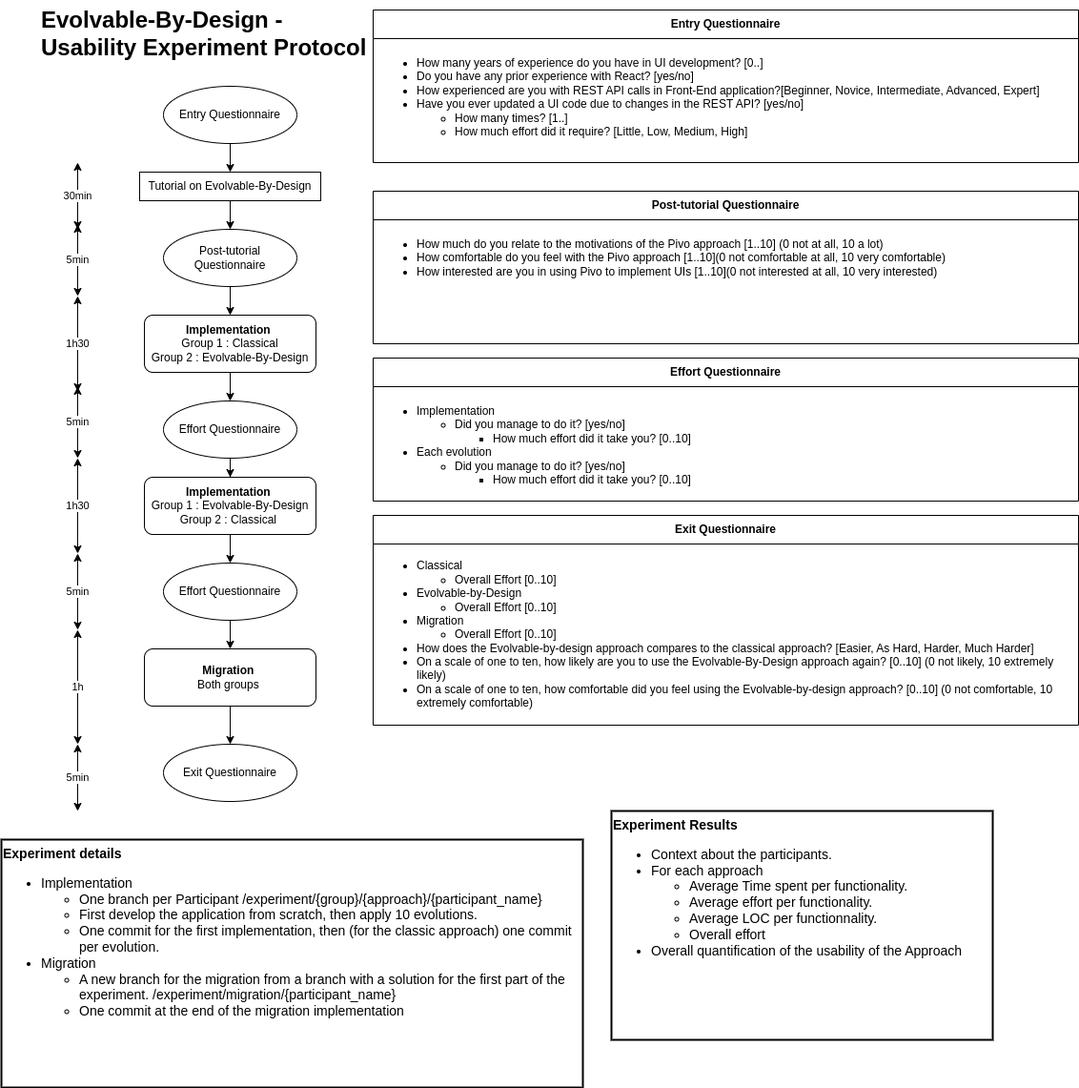
The draw.io diagram experiments/crossover-developers-study/protocol_experiment.drawio.png in CharlyReux/evolvable-by-design-research, before a commit. Source tidied: cells renumbered, new cells last; positions are measured from the earlier drawing's top-left corner, leaving out a move shared by most shapes.
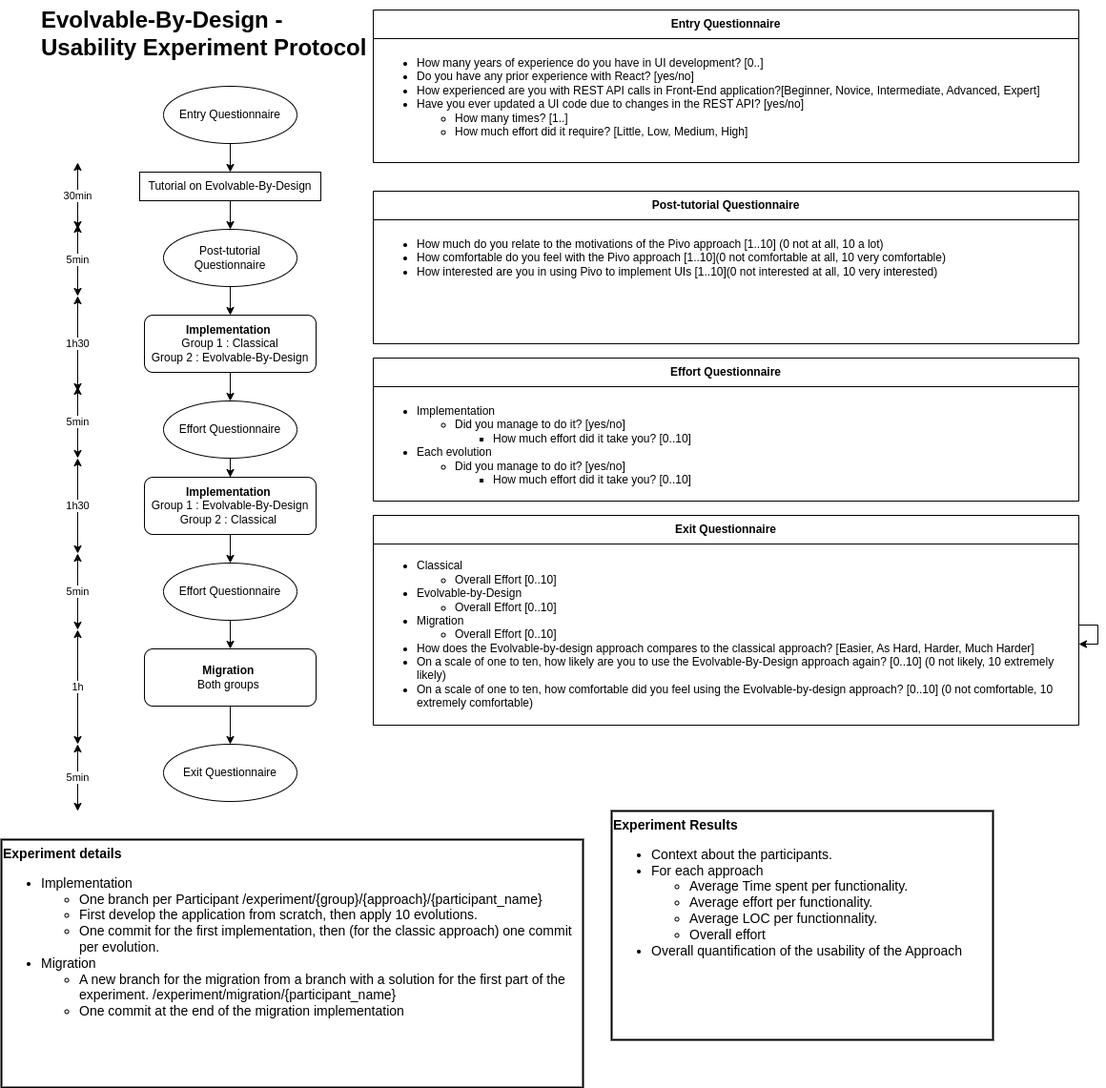
Above is the later version.

What changed in the source:
```diff
@@ -56,6 +56,9 @@
     <mxCell id="19" value="&lt;ul&gt;&lt;li&gt;Classical&lt;/li&gt;&lt;ul&gt;&lt;li&gt;Overall Effort [0..10]&lt;/li&gt;&lt;/ul&gt;&lt;li&gt;Evolvable-by-Design&lt;/li&gt;&lt;ul&gt;&lt;li&gt;Overall Effort [0..10]&lt;/li&gt;&lt;/ul&gt;&lt;li&gt;Migration&lt;/li&gt;&lt;ul&gt;&lt;li&gt;Overall Effort [0..10]&lt;/li&gt;&lt;/ul&gt;&lt;li&gt;How&amp;nbsp;does the Evolvable-by-design approach compares to the classical approach? [Easier, As Hard, Harder, Much Harder]&amp;nbsp;&lt;br&gt;&lt;/li&gt;&lt;li&gt;On a scale of one to ten, how likely are you to use the Evolvable-By-Design approach again? [0..10] (0 not likely, 10 extremely likely)&lt;/li&gt;&lt;li&gt;On a scale of one to ten, how comfortable did you feel using the Evolvable-by-design approach? [0..10] (0 not comfortable, 10 extremely comfortable)&amp;nbsp;&lt;/li&gt;&lt;/ul&gt;" style="text;strokeColor=none;fillColor=none;align=left;verticalAlign=middle;spacingLeft=4;spacingRight=4;overflow=hidden;points=[[0,0.5],[1,0.5]];portConstraint=eastwest;whiteSpace=wrap;html=1;" parent="18" vertex="1">
       <mxGeometry y="30" width="740" height="190" as="geometry" />
     </mxCell>
+    <mxCell id="38" style="edgeStyle=orthogonalEdgeStyle;rounded=0;orthogonalLoop=1;jettySize=auto;html=1;" parent="18" edge="1" source="19" target="19">
+      <mxGeometry relative="1" as="geometry" />
+    </mxCell>
     <mxCell id="20" value="&lt;div style=&quot;&quot;&gt;&lt;b style=&quot;background-color: initial;&quot;&gt;Experiment details&lt;/b&gt;&lt;/div&gt;&lt;div&gt;&lt;ul&gt;&lt;li&gt;&lt;font style=&quot;font-size: 14px;&quot;&gt;Implementation&lt;span style=&quot;white-space: pre;&quot;&gt;&#9;&lt;/span&gt;&lt;/font&gt;&lt;/li&gt;&lt;ul&gt;&lt;li&gt;One branch per Participant /experiment/{group}/{approach}/{participant_name}&lt;/li&gt;&lt;li&gt;First develop the application from scratch, then apply 10 evolutions.&lt;/li&gt;&lt;li&gt;One commit for the first implementation, then (for the classic approach) one commit per evolution.&lt;/li&gt;&lt;/ul&gt;&lt;li&gt;Migration&amp;nbsp;&lt;/li&gt;&lt;ul&gt;&lt;li&gt;A new branch for the migration from a branch with a solution for the first part of the experiment. /experiment/migration/{participant_name}&lt;/li&gt;&lt;li&gt;One commit at the end of the migration implementation&lt;/li&gt;&lt;/ul&gt;&lt;/ul&gt;&lt;/div&gt;&lt;div&gt;&lt;font style=&quot;font-size: 14px;&quot;&gt;&amp;nbsp;&lt;/font&gt;&lt;/div&gt;" style="rounded=0;whiteSpace=wrap;html=1;strokeWidth=2;fontSize=14;align=left;verticalAlign=top;" parent="1" vertex="1">
       <mxGeometry y="880" width="610" height="260" as="geometry" />
     </mxCell>
```
